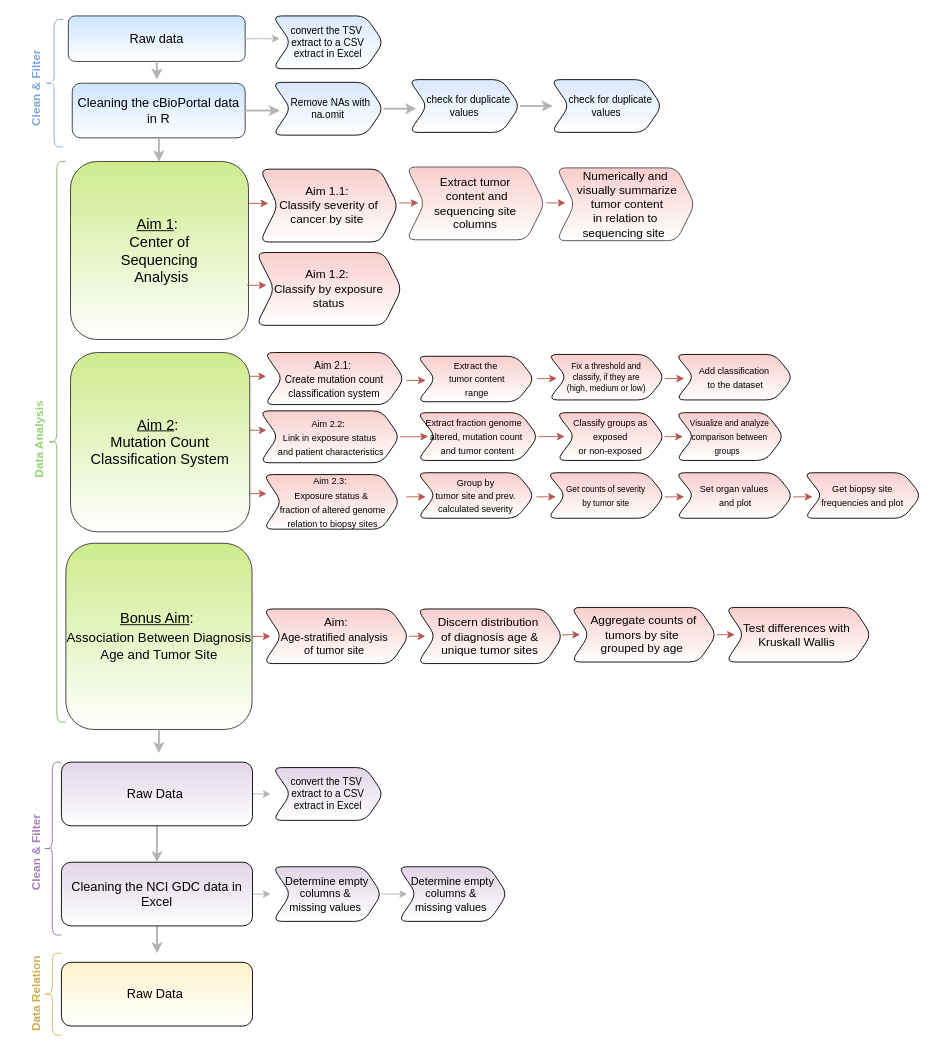
aiy-wish/Data-Wrangling-Project keeps this draw.io diagram as Pipeline_Image.drawio. Above is the earlier version. Source tidied: cells renumbered, new cells numbered last; positions are measured from the earlier drawing's top-left corner, leaving out a move shared by most shapes. Both pictures are drawn from the tidied source at 91%, with x=0, y=0 at pixel (-10, 15).
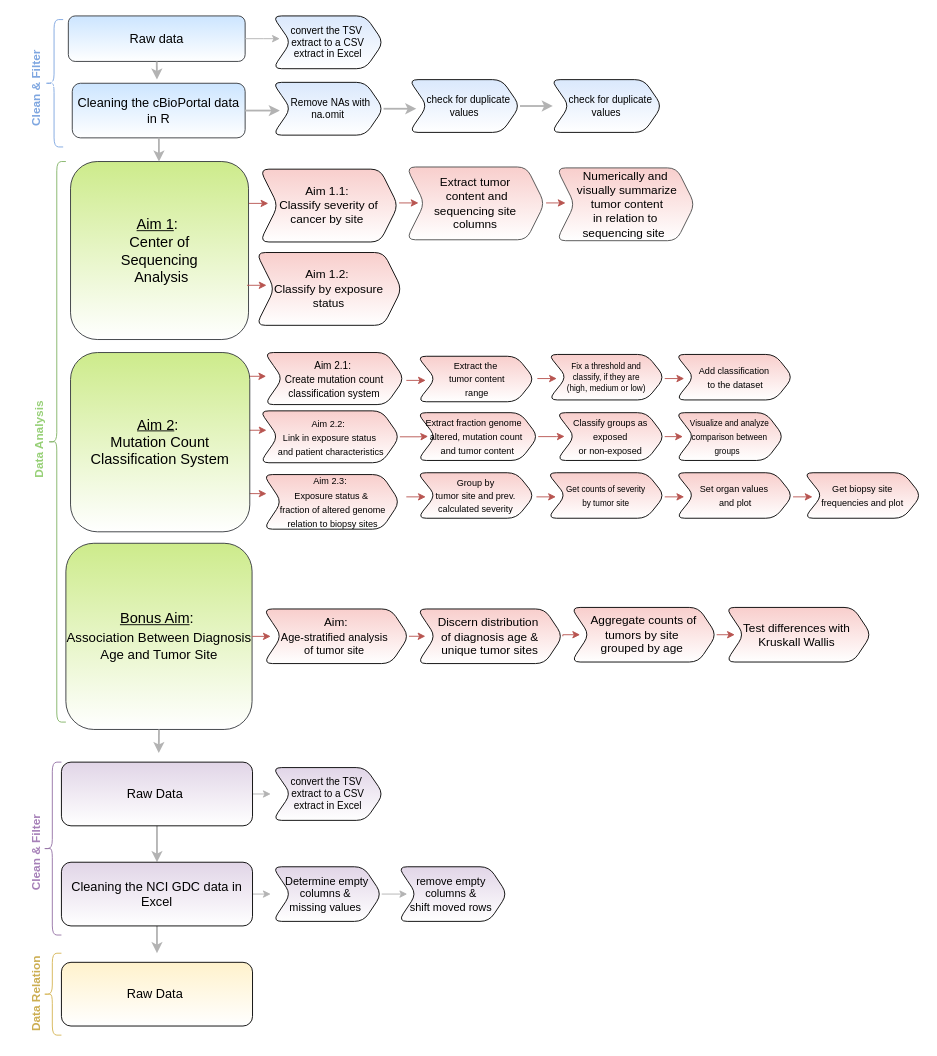
The same diagram, later.

Diff of the diagram source:
```diff
@@
-    <mxCell id="83" value="Determine empty&lt;br&gt;columns &amp;amp;&amp;nbsp;&lt;br&gt;missing values&amp;nbsp;" style="shape=step;perimeter=stepPerimeter;whiteSpace=wrap;html=1;fixedSize=1;fontSize=12;strokeColor=default;rounded=1;fillColor=#e1d5e7;gradientColor=#ffffff;" parent="1" vertex="1">
+    <mxCell id="83" value="remove empty&amp;nbsp;&lt;br&gt;columns &amp;amp;&amp;nbsp;&lt;br&gt;shift moved rows&amp;nbsp;" style="shape=step;perimeter=stepPerimeter;whiteSpace=wrap;html=1;fixedSize=1;fontSize=12;strokeColor=default;rounded=1;fillColor=#e1d5e7;gradientColor=#ffffff;" parent="1" vertex="1">
       <mxGeometry x="448" y="935" width="120" height="60" as="geometry" />
     </mxCell>
```
